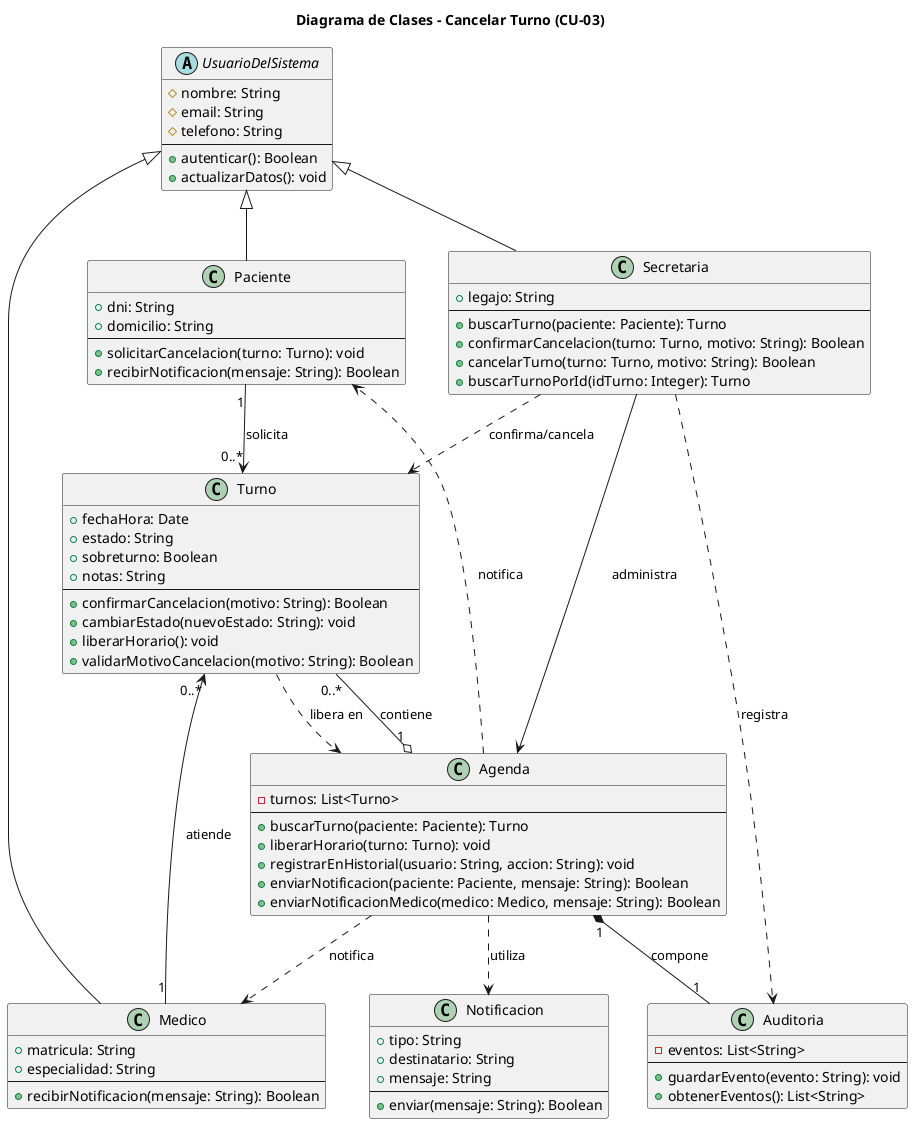
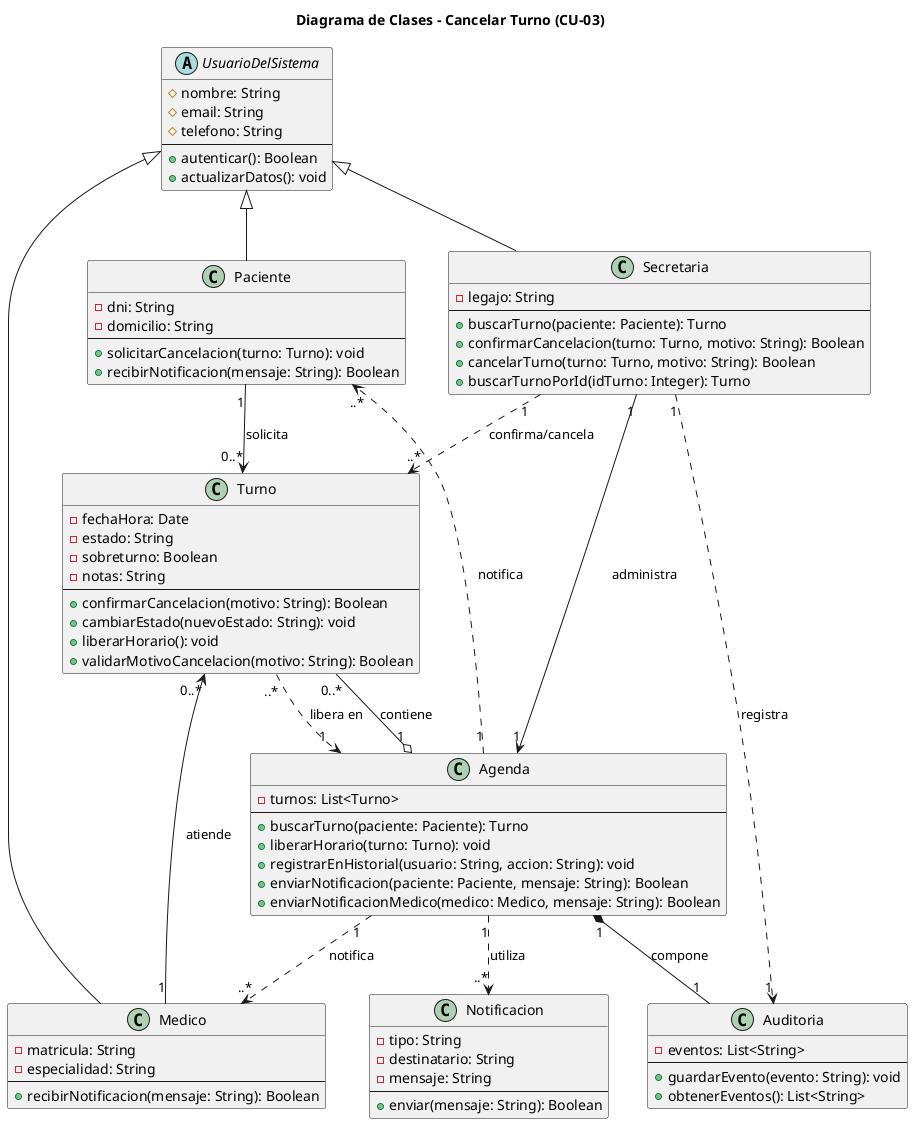
@startuml 03-clases-cancelar-turno-03

title Diagrama de Clases - Cancelar Turno (CU-03)


abstract class UsuarioDelSistema {
  # nombre: String
  # email: String
  # telefono: String
  --
  + autenticar(): Boolean
  + actualizarDatos(): void
}


class Paciente {
-   + dni: String
-   + domicilio: String
+   - dni: String
+   - domicilio: String
  --
  + solicitarCancelacion(turno: Turno): void
  + recibirNotificacion(mensaje: String): Boolean
}

class Secretaria {
-   + legajo: String
+   - legajo: String
  --
  + buscarTurno(paciente: Paciente): Turno
  + confirmarCancelacion(turno: Turno, motivo: String): Boolean
  + cancelarTurno(turno: Turno, motivo: String): Boolean
  + buscarTurnoPorId(idTurno: Integer): Turno
}

class Medico {
-   + matricula: String
-   + especialidad: String
+   - matricula: String
+   - especialidad: String
  --
  + recibirNotificacion(mensaje: String): Boolean
}


class Turno {
-   + fechaHora: Date
-   + estado: String
-   + sobreturno: Boolean
-   + notas: String
+   - fechaHora: Date
+   - estado: String
+   - sobreturno: Boolean
+   - notas: String
  --
  + confirmarCancelacion(motivo: String): Boolean
  + cambiarEstado(nuevoEstado: String): void
  + liberarHorario(): void
  + validarMotivoCancelacion(motivo: String): Boolean
}

class Agenda {
  - turnos: List<Turno>
  --
  + buscarTurno(paciente: Paciente): Turno
  + liberarHorario(turno: Turno): void
  + registrarEnHistorial(usuario: String, accion: String): void
  + enviarNotificacion(paciente: Paciente, mensaje: String): Boolean
  + enviarNotificacionMedico(medico: Medico, mensaje: String): Boolean
}

class Auditoria {
  - eventos: List<String>
  --
  + guardarEvento(evento: String): void
  + obtenerEventos(): List<String>
}

class Notificacion {
-   + tipo: String
-   + destinatario: String
-   + mensaje: String
+   - tipo: String
+   - destinatario: String
+   - mensaje: String
  --
  + enviar(mensaje: String): Boolean
}


UsuarioDelSistema <|-- Paciente
UsuarioDelSistema <|-- Secretaria
UsuarioDelSistema <|-- Medico

Paciente "1" --> "0..*" Turno : solicita
Medico "1" --> "0..*" Turno : atiende
- Secretaria --> Agenda : administra
- Secretaria ..> Turno : confirma/cancela
- Secretaria ..> Auditoria : registra
+ Secretaria "1" --> "1" Agenda : administra
+ Secretaria "1" ..> "..*" Turno : confirma/cancela
+ Secretaria "1" ..> "1" Auditoria : registra

Agenda "1" o-- "0..*" Turno : contiene
Agenda "1" *-- "1" Auditoria : compone
- Agenda ..> Notificacion : utiliza
- Agenda ..> Paciente : notifica
- Agenda ..> Medico : notifica
+ Agenda "1" ..> "..*" Notificacion : utiliza
+ Agenda "1" ..> "..*" Paciente : notifica
+ Agenda "1" ..> "..*" Medico : notifica

- Turno ..> Agenda : libera en
+ Turno "..*" ..> "1" Agenda : libera en

@enduml